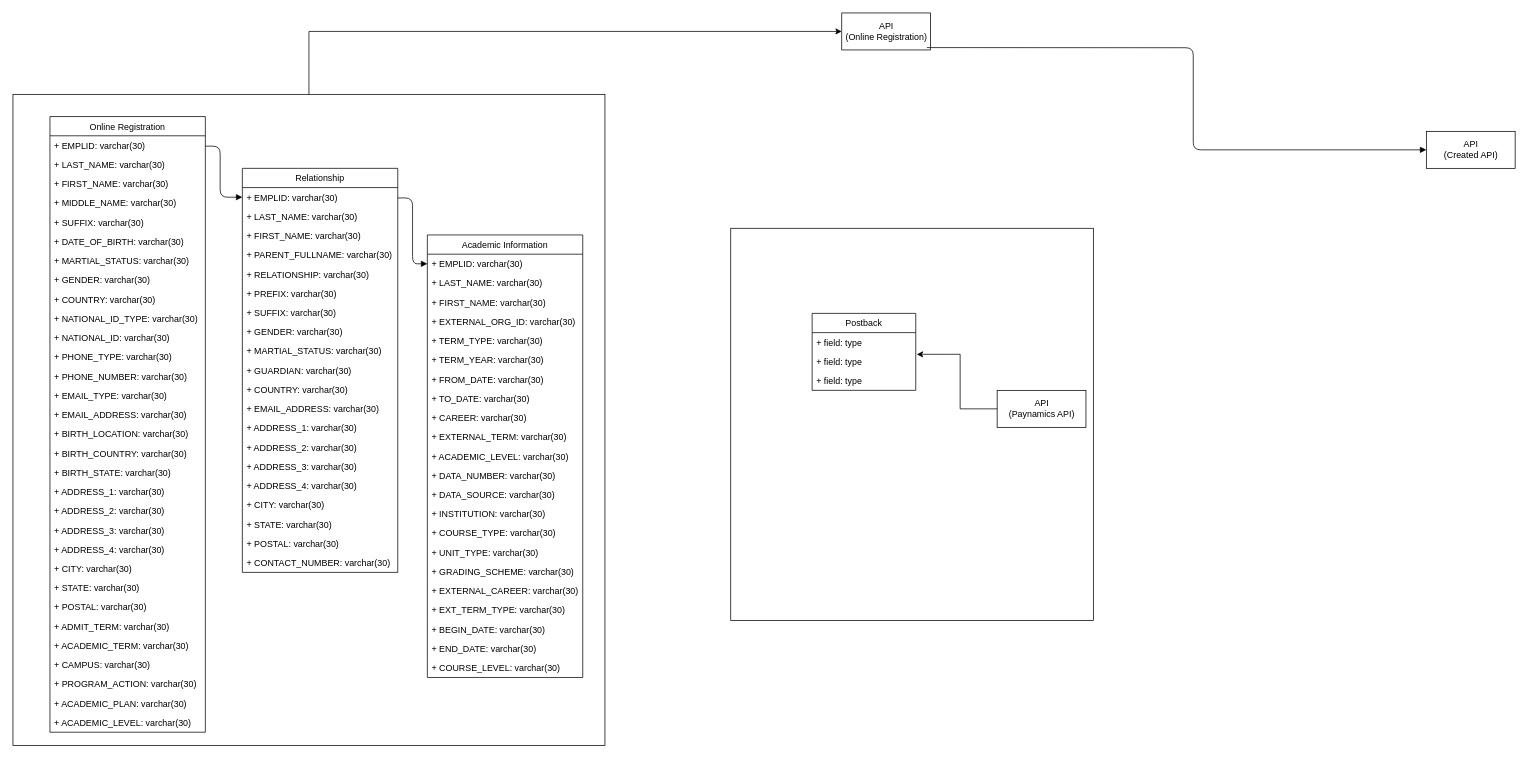
Above: page "Page-3" (2 of 2) of Untitled Diagram.drawio in masterdeans/danidean (draw.io), before the change. Source tidied: cells renumbered, new cells numbered last; positions are measured from the earlier drawing's top-left corner, leaving out a move shared by most shapes. Both pictures are drawn from the tidied source at 74%, with x=0, y=0 at pixel (13, 13).
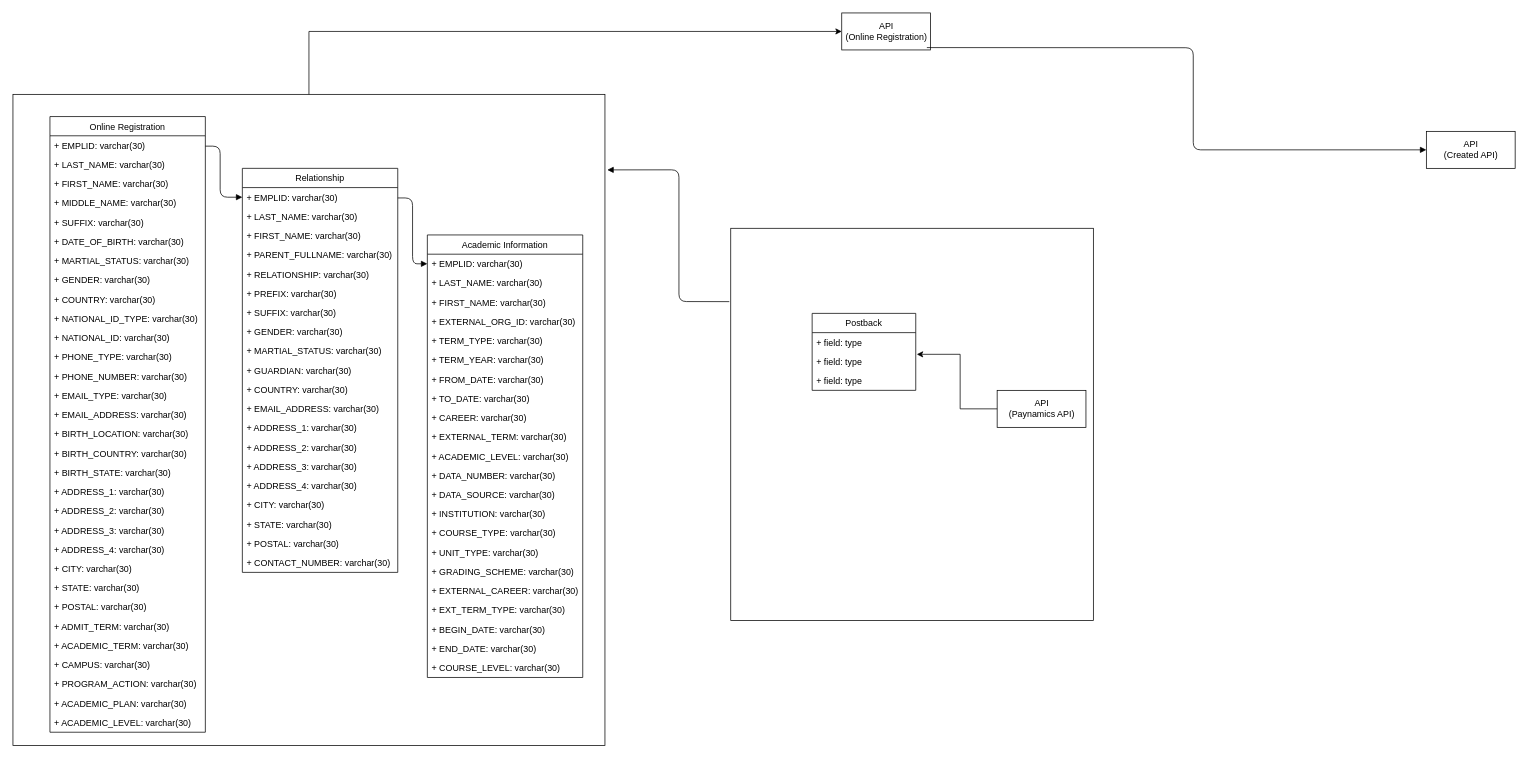
After the change.

Unchanged cells that the change refers to:
```xml
<mxCell id="2" style="html=1;" parent="1" vertex="1">
  <mxGeometry x="970" y="291" width="490" height="530" as="geometry" />
</mxCell>
<mxCell id="3" style="html=1;" parent="1" vertex="1">
  <mxGeometry y="110" width="800" height="880" as="geometry" />
</mxCell>
```

Diff of the diagram source:
```diff
@@
+    <mxCell id="92" style="html=1;verticalAlign=bottom;endArrow=block;exitX=-0.004;exitY=0.187;exitDx=0;exitDy=0;exitPerimeter=0;entryX=1.004;entryY=0.116;entryDx=0;entryDy=0;entryPerimeter=0;" parent="1" edge="1" source="2" target="3">
+      <mxGeometry x="0.25" y="10" relative="1" as="geometry">
+        <Array as="points">
+          <mxPoint x="900" y="390" />
+          <mxPoint x="900" y="212" />
+        </Array>
+      </mxGeometry>
+    </mxCell>
```
